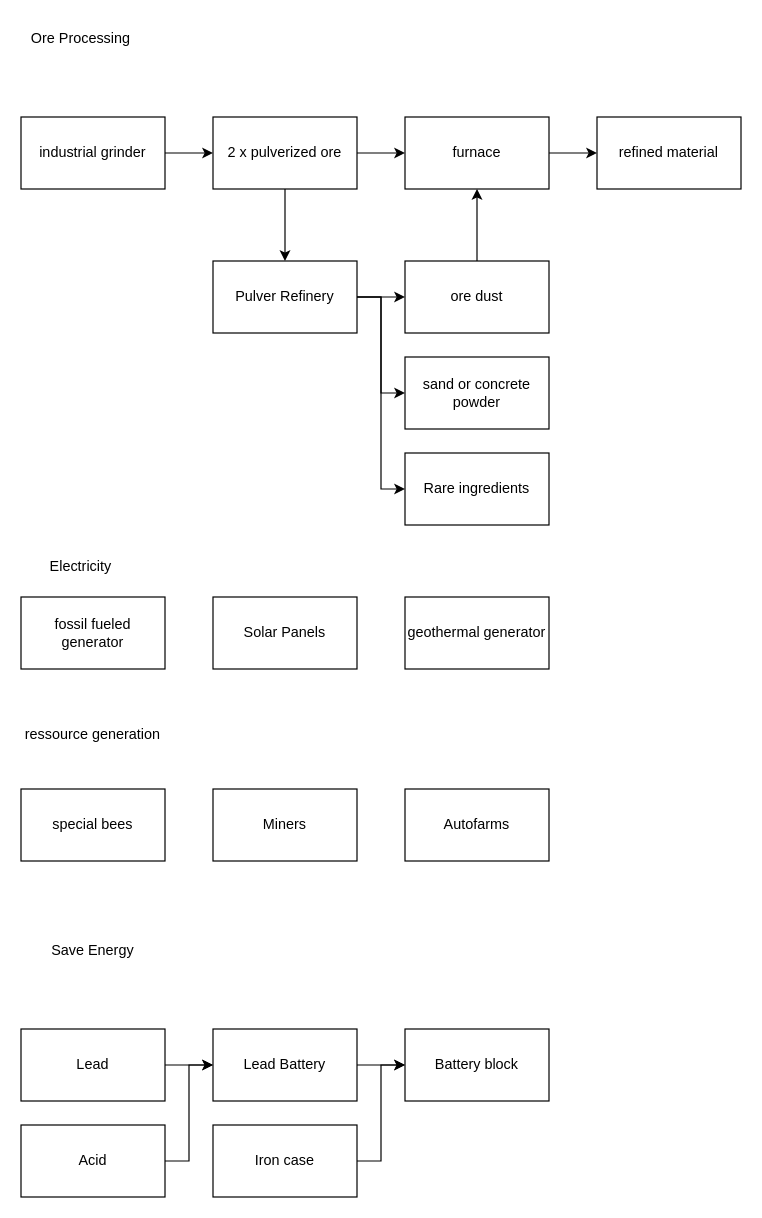
OliLeisingeHFU/beecraft keeps this draw.io diagram as concepts/machinery.drawio. Above is the earlier version. Source tidied: cells renumbered, new cells numbered last; positions are measured from the earlier drawing's top-left corner, leaving out a move shared by most shapes. Both pictures are drawn from the tidied source at 120%, with x=0, y=0 at pixel (20, 20).
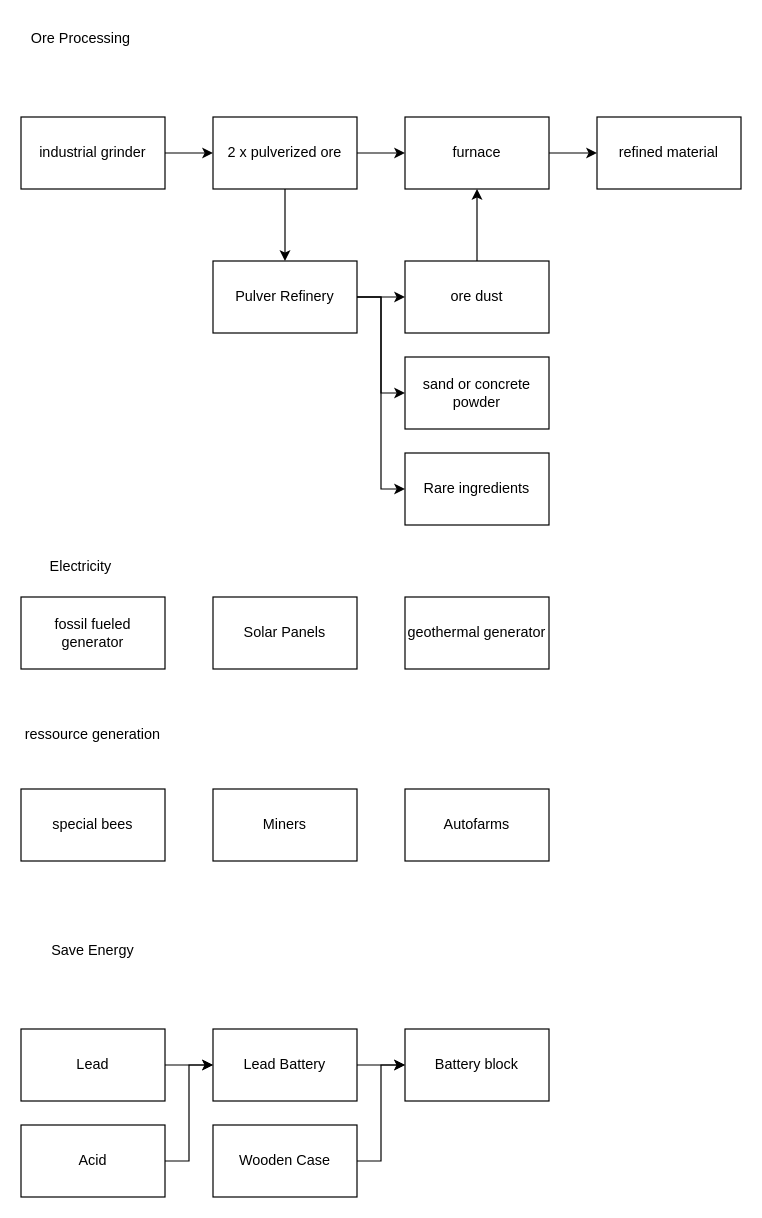
The same page after the edit.

What changed in the source:
```diff
@@
-    <mxCell id="36" value="Iron case" style="rounded=0;whiteSpace=wrap;html=1;" parent="1" vertex="1">
+    <mxCell id="36" value="Wooden Case" style="rounded=0;whiteSpace=wrap;html=1;" parent="1" vertex="1">
       <mxGeometry x="160" y="920" width="120" height="60" as="geometry" />
     </mxCell>
```
